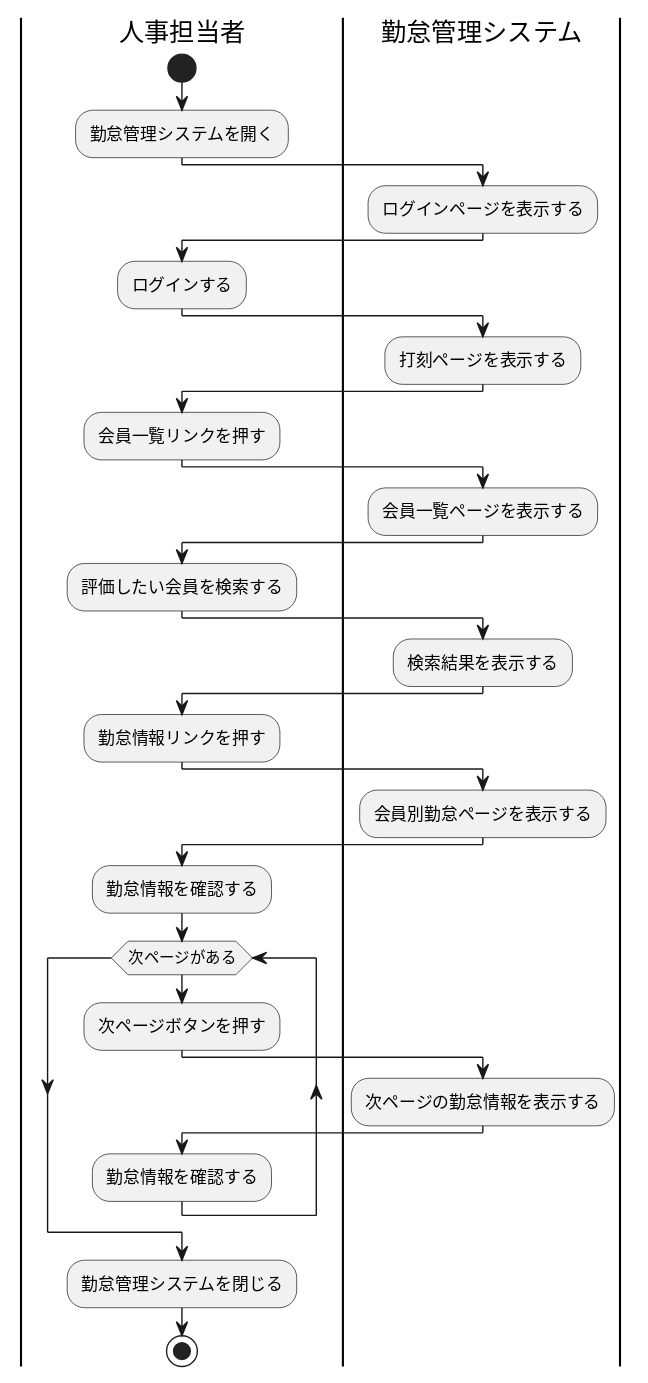
Above: doc/行動シナリオ/会員別勤怠情報.svg in ryamao/atte (PlantUML), before the change. The source it was exported from:
```plantuml
@startuml
|人事担当者|
start
:勤怠管理システムを開く;
|勤怠管理システム|
:ログインページを表示する;
|人事担当者|
:ログインする;
|勤怠管理システム|
:打刻ページを表示する;
|人事担当者|
:会員一覧リンクを押す;
|勤怠管理システム|
:会員一覧ページを表示する;
|人事担当者|
:評価したい会員を検索する;
|勤怠管理システム|
:検索結果を表示する;
|人事担当者|
:勤怠情報リンクを押す;
|勤怠管理システム|
:会員別勤怠ページを表示する;
|人事担当者|
:勤怠情報を確認する;
while (次ページがある)
  :次ページボタンを押す;
  |勤怠管理システム|
  :次ページの勤怠情報を表示する;
  |人事担当者|
  :勤怠情報を確認する;
endwhile
:勤怠管理システムを閉じる;
stop
@enduml
```
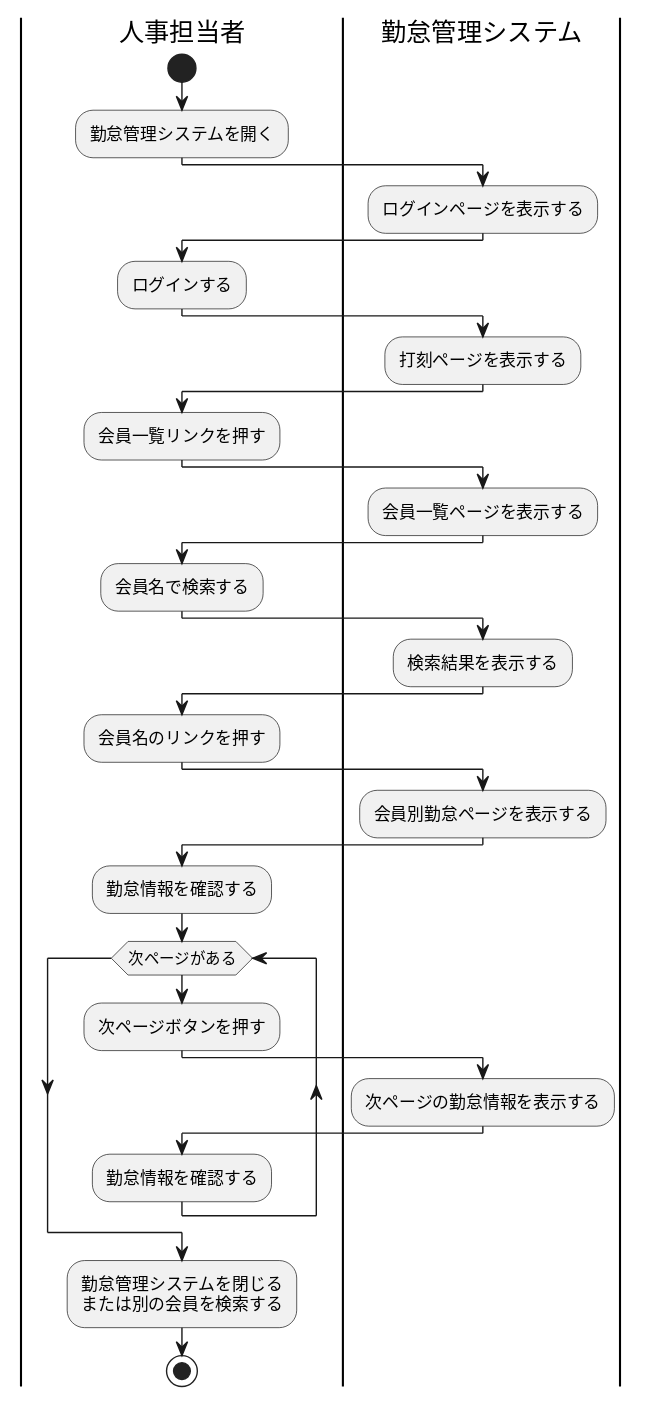
The same diagram one commit later.

Commit message:
doc(users): 会員別勤怠ページ追加のために行動シナリオを修正する

Diff of the diagram source:
```diff
@@ -13,11 +13,11 @@
 |勤怠管理システム|
 :会員一覧ページを表示する;
 |人事担当者|
-:評価したい会員を検索する;
+:会員名で検索する;
 |勤怠管理システム|
 :検索結果を表示する;
 |人事担当者|
-:勤怠情報リンクを押す;
+:会員名のリンクを押す;
 |勤怠管理システム|
 :会員別勤怠ページを表示する;
 |人事担当者|
@@ -29,6 +29,7 @@
   |人事担当者|
   :勤怠情報を確認する;
 endwhile
-:勤怠管理システムを閉じる;
+:勤怠管理システムを閉じる
+または別の会員を検索する;
 stop
 @enduml
```
